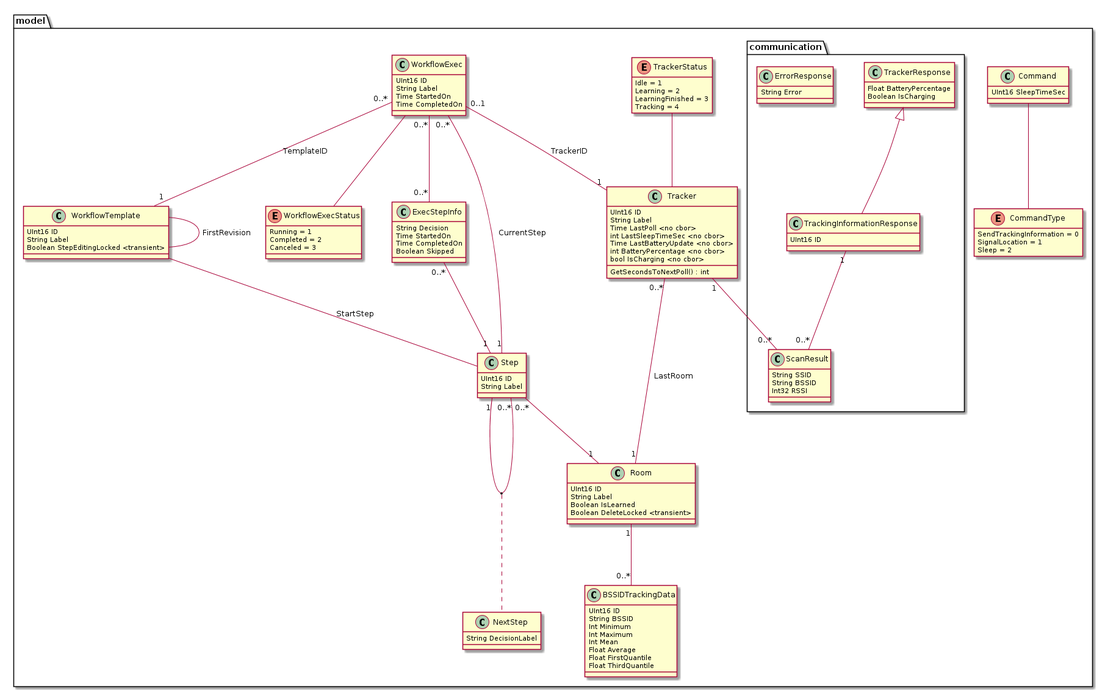
The PlantUML diagram paper/images/uml.png in glidingthroughspace/paper-tracker, before a commit.
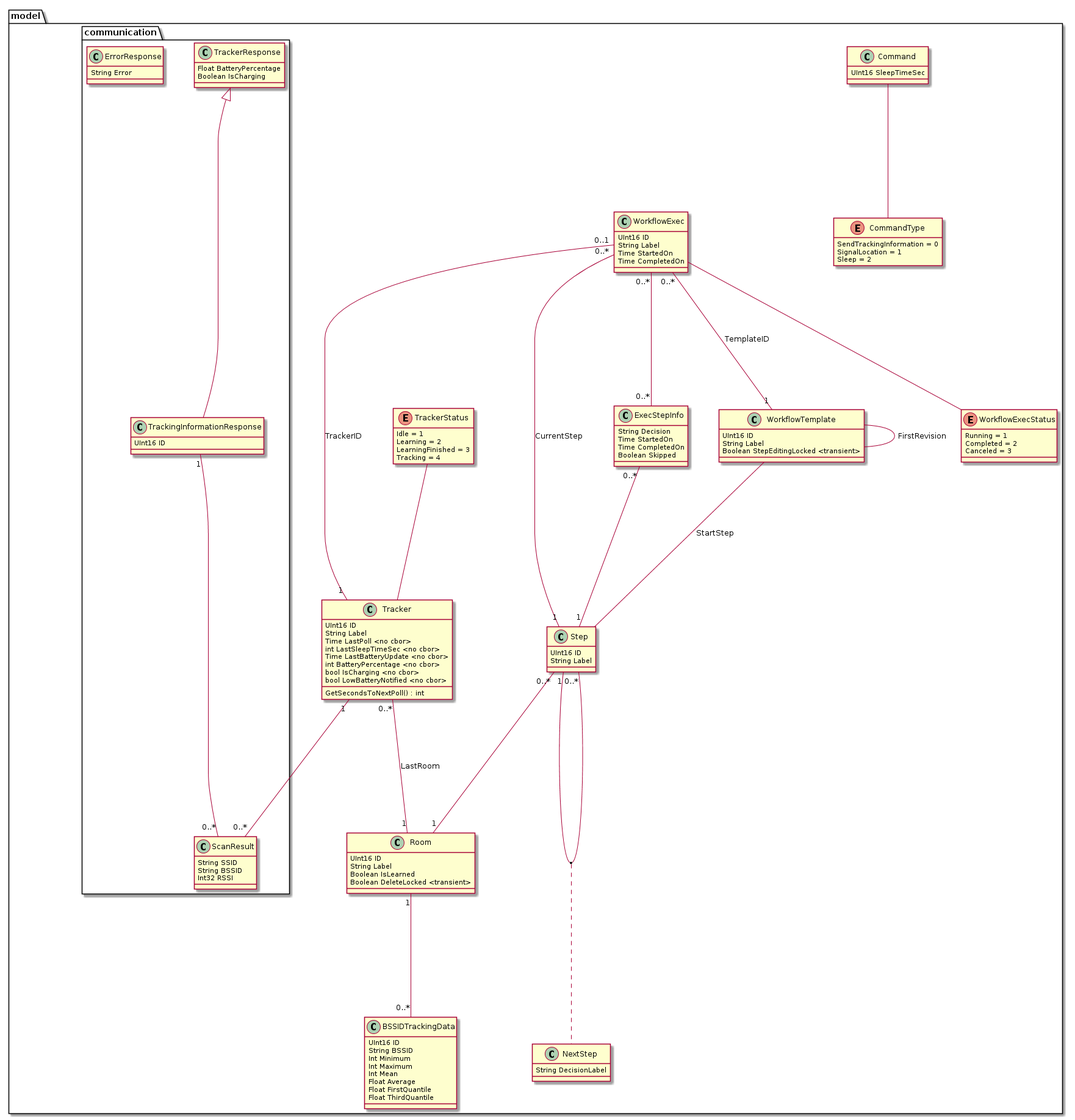
Later version of the same file.

Commit message:
Paper: Update diagrams

The edit, as a diff of the source:
```diff
@@ -11,6 +11,7 @@
     Time LastBatteryUpdate <no cbor>
     int BatteryPercentage <no cbor>
     bool IsCharging <no cbor>
+    bool LowBatteryNotified <no cbor>
 
     GetSecondsToNextPoll() : int
   }
```
